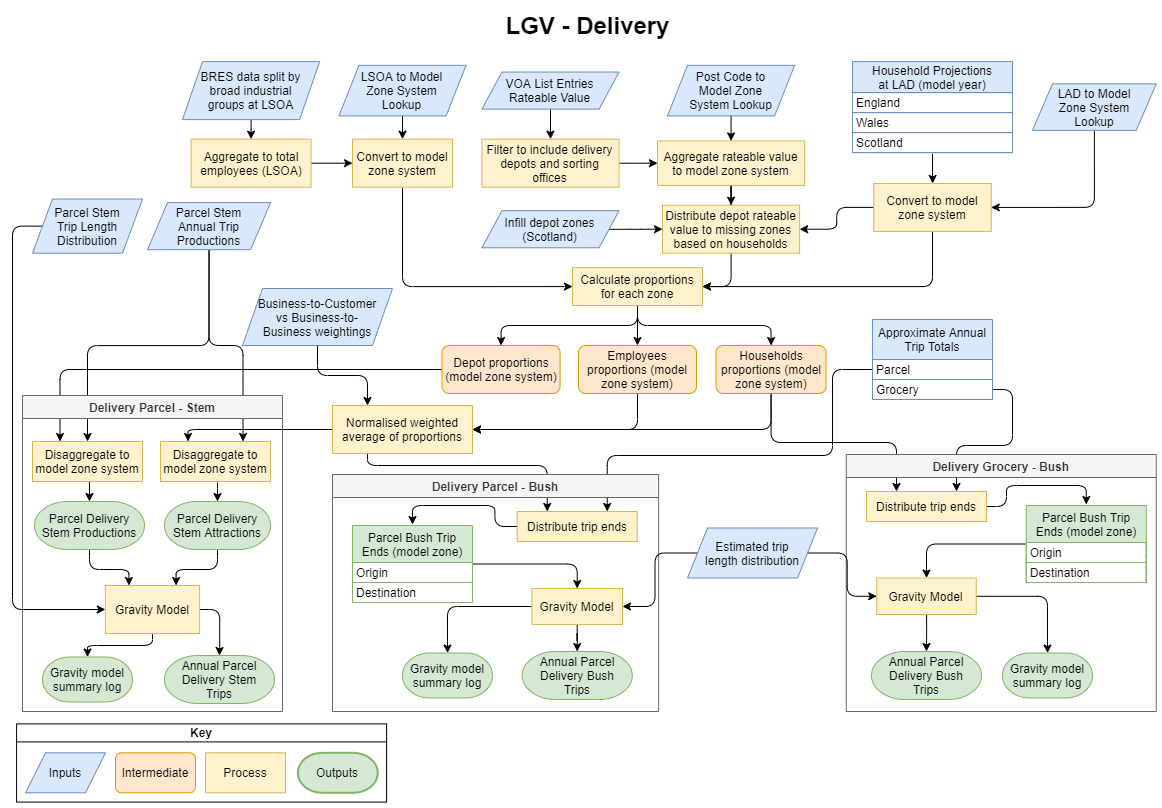
Above: local_freight_tool/doc/images/LGV_methodology-Delivery.png in Transport-for-the-North/caf-freight-tools (draw.io), before the change. Source tidied: cells renumbered, new cells last; positions are measured from the earlier drawing's top-left corner, leaving out a move shared by most shapes.
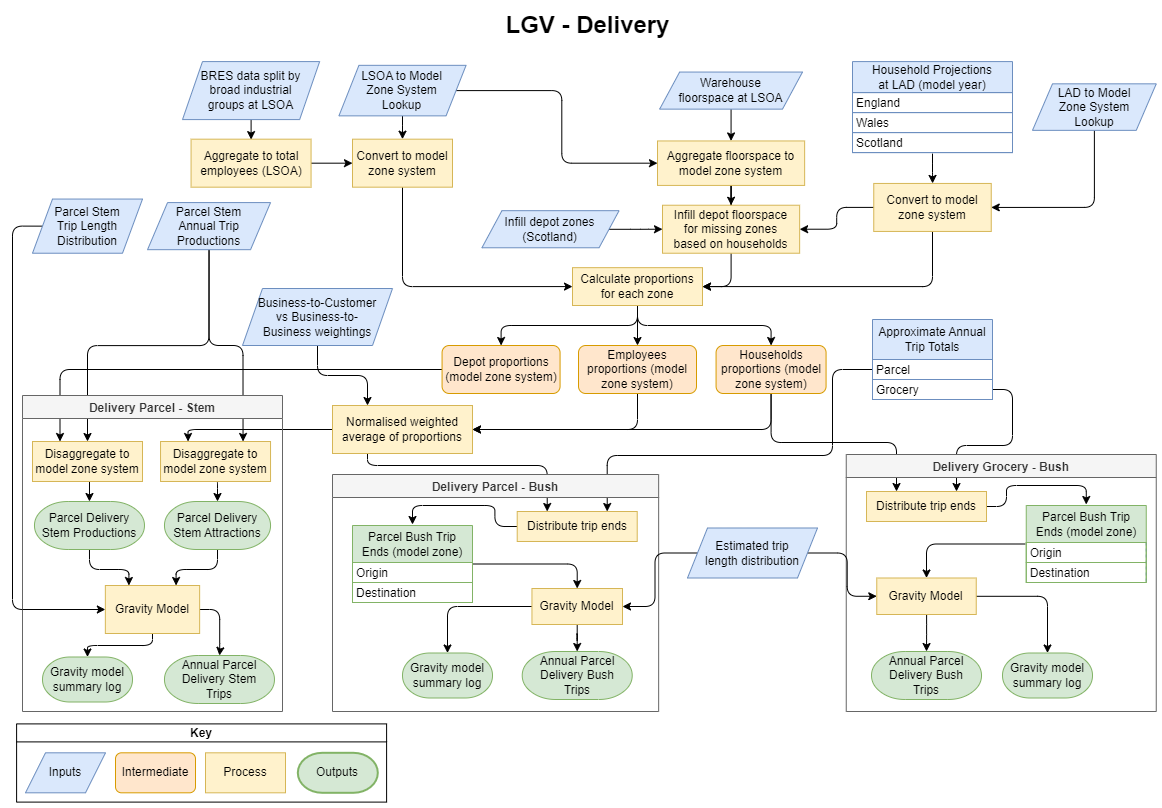
After the commit.

Commit message:
LGV updated README new warehouse data

What changed in the source:
```diff
@@ -44,6 +44,9 @@
     <mxCell id="15" style="edgeStyle=orthogonalEdgeStyle;rounded=1;jettySize=auto;html=1;" parent="1" edge="1" source="16" target="18">
       <mxGeometry relative="1" as="geometry" />
     </mxCell>
+    <mxCell id="105" style="edgeStyle=orthogonalEdgeStyle;rounded=1;jettySize=auto;html=1;exitX=1;exitY=0.5;exitDx=0;exitDy=0;entryX=0;entryY=0.5;entryDx=0;entryDy=0;" parent="1" edge="1" source="16" target="33">
+      <mxGeometry relative="1" as="geometry" />
+    </mxCell>
     <mxCell id="16" value="LSOA to Model Zone System Lookup" style="shape=parallelogram;perimeter=parallelogramPerimeter;whiteSpace=wrap;html=1;fixedSize=1;rounded=0;shadow=0;glass=0;labelBackgroundColor=none;comic=0;sketch=0;strokeColor=#6c8ebf;strokeWidth=1;fillColor=#dae8fc;fontSize=12;spacingRight=10;spacingLeft=10;" parent="1" vertex="1">
       <mxGeometry x="326.4" y="59.8" width="127.1" height="50.5" as="geometry" />
     </mxCell>
@@ -80,30 +83,18 @@
     <mxCell id="27" value="Calculate proportions for each zone" style="rounded=0;whiteSpace=wrap;html=1;shadow=0;glass=0;labelBackgroundColor=none;comic=0;sketch=0;strokeColor=#d6b656;strokeWidth=1;fillColor=#fff2cc;fontSize=12;" parent="1" vertex="1">
       <mxGeometry x="560" y="262.2" width="130" height="37.8" as="geometry" />
     </mxCell>
-    <mxCell id="28" style="edgeStyle=orthogonalEdgeStyle;rounded=1;jettySize=auto;html=1;" parent="1" edge="1" source="29" target="31">
-      <mxGeometry relative="1" as="geometry" />
-    </mxCell>
+    <mxCell id="106" style="edgeStyle=orthogonalEdgeStyle;rounded=0;jettySize=auto;html=1;exitX=0.5;exitY=1;exitDx=0;exitDy=0;entryX=0.5;entryY=0;entryDx=0;entryDy=0;" parent="1" edge="1" source="29" target="33">
+      <mxGeometry relative="1" as="geometry" />
+    </mxCell>
-    <mxCell id="29" value="VOA List Entries Rateable Value" style="shape=parallelogram;perimeter=parallelogramPerimeter;whiteSpace=wrap;html=1;fixedSize=1;rounded=0;shadow=0;glass=0;labelBackgroundColor=none;comic=0;sketch=0;strokeColor=#6c8ebf;strokeWidth=1;fillColor=#dae8fc;fontSize=12;spacingRight=10;spacingLeft=10;" parent="1" vertex="1">
-      <mxGeometry x="469.4" y="66.6" width="137.1" height="37.1" as="geometry" />
+    <mxCell id="29" value="Warehouse floorspace at LSOA" style="shape=parallelogram;perimeter=parallelogramPerimeter;whiteSpace=wrap;html=1;fixedSize=1;rounded=0;shadow=0;glass=0;labelBackgroundColor=none;comic=0;sketch=0;strokeColor=#6c8ebf;strokeWidth=1;fillColor=#dae8fc;fontSize=12;spacingRight=13;spacingLeft=13;" parent="1" vertex="1">
+      <mxGeometry x="647.1" y="66.5" width="142.9" height="37.1" as="geometry" />
     </mxCell>
-    <mxCell id="30" style="edgeStyle=orthogonalEdgeStyle;rounded=1;jettySize=auto;html=1;" parent="1" edge="1" source="31" target="33">
-      <mxGeometry relative="1" as="geometry" />
-    </mxCell>
-    <mxCell id="31" value="Filter to include delivery depots and sorting offices" style="rounded=0;whiteSpace=wrap;html=1;shadow=0;glass=0;labelBackgroundColor=none;comic=0;sketch=0;strokeColor=#d6b656;strokeWidth=1;fillColor=#fff2cc;fontSize=12;" parent="1" vertex="1">
-      <mxGeometry x="469.4" y="133.7" width="137.1" height="48" as="geometry" />
-    </mxCell>
     <mxCell id="32" style="edgeStyle=orthogonalEdgeStyle;rounded=0;jettySize=auto;html=1;" parent="1" edge="1" source="33" target="99">
       <mxGeometry relative="1" as="geometry" />
     </mxCell>
-    <mxCell id="33" value="Aggregate rateable value to model zone system" style="rounded=0;whiteSpace=wrap;html=1;shadow=0;glass=0;labelBackgroundColor=none;comic=0;sketch=0;strokeColor=#d6b656;strokeWidth=1;fillColor=#fff2cc;fontSize=12;" parent="1" vertex="1">
+    <mxCell id="33" value="Aggregate floorspace to model zone system" style="rounded=0;whiteSpace=wrap;html=1;shadow=0;glass=0;labelBackgroundColor=none;comic=0;sketch=0;strokeColor=#d6b656;strokeWidth=1;fillColor=#fff2cc;fontSize=12;" parent="1" vertex="1">
       <mxGeometry x="645" y="135.4" width="147.1" height="44.5" as="geometry" />
     </mxCell>
-    <mxCell id="34" style="edgeStyle=orthogonalEdgeStyle;rounded=1;jettySize=auto;html=1;entryX=0.5;entryY=0;entryDx=0;entryDy=0;exitX=0.5;exitY=1;exitDx=0;exitDy=0;" parent="1" edge="1" source="35" target="33">
-      <mxGeometry relative="1" as="geometry" />
-    </mxCell>
-    <mxCell id="35" value="Post Code to Model Zone System Lookup" style="shape=parallelogram;perimeter=parallelogramPerimeter;whiteSpace=wrap;html=1;fixedSize=1;rounded=0;shadow=0;glass=0;labelBackgroundColor=none;comic=0;sketch=0;strokeColor=#6c8ebf;strokeWidth=1;fillColor=#dae8fc;fontSize=12;spacingRight=10;spacingLeft=10;" parent="1" vertex="1">
-      <mxGeometry x="655" y="59.8" width="127.1" height="50.5" as="geometry" />
-    </mxCell>
     <mxCell id="36" style="edgeStyle=orthogonalEdgeStyle;rounded=1;jettySize=auto;html=1;exitX=0;exitY=0.5;exitDx=0;exitDy=0;entryX=0.25;entryY=0;entryDx=0;entryDy=0;" parent="1" edge="1" source="37" target="46">
       <mxGeometry relative="1" as="geometry" />
     </mxCell>
@@ -323,7 +314,7 @@
     <mxCell id="98" style="edgeStyle=orthogonalEdgeStyle;rounded=1;jettySize=auto;html=1;entryX=1;entryY=0.5;entryDx=0;entryDy=0;" parent="1" edge="1" source="99" target="27">
       <mxGeometry relative="1" as="geometry" />
     </mxCell>
-    <mxCell id="99" value="Distribute depot rateable value to missing zones based on households" style="rounded=0;whiteSpace=wrap;html=1;shadow=0;glass=0;labelBackgroundColor=none;comic=0;sketch=0;strokeColor=#d6b656;strokeWidth=1;fillColor=#fff2cc;fontSize=12;" parent="1" vertex="1">
+    <mxCell id="99" value="Infill depot floorspace for missing zones based on households" style="rounded=0;whiteSpace=wrap;html=1;shadow=0;glass=0;labelBackgroundColor=none;comic=0;sketch=0;strokeColor=#d6b656;strokeWidth=1;fillColor=#fff2cc;fontSize=12;spacingLeft=5;spacingRight=5;" parent="1" vertex="1">
       <mxGeometry x="650" y="199.7" width="137.1" height="48" as="geometry" />
     </mxCell>
     <mxCell id="100" value="Key" style="swimlane;rotation=90;direction=east;horizontal=0;noLabel=0;align=center;verticalAlign=middle;flipV=0;flipH=0;startSize=18;fillColor=none;" parent="1" vertex="1">
```
